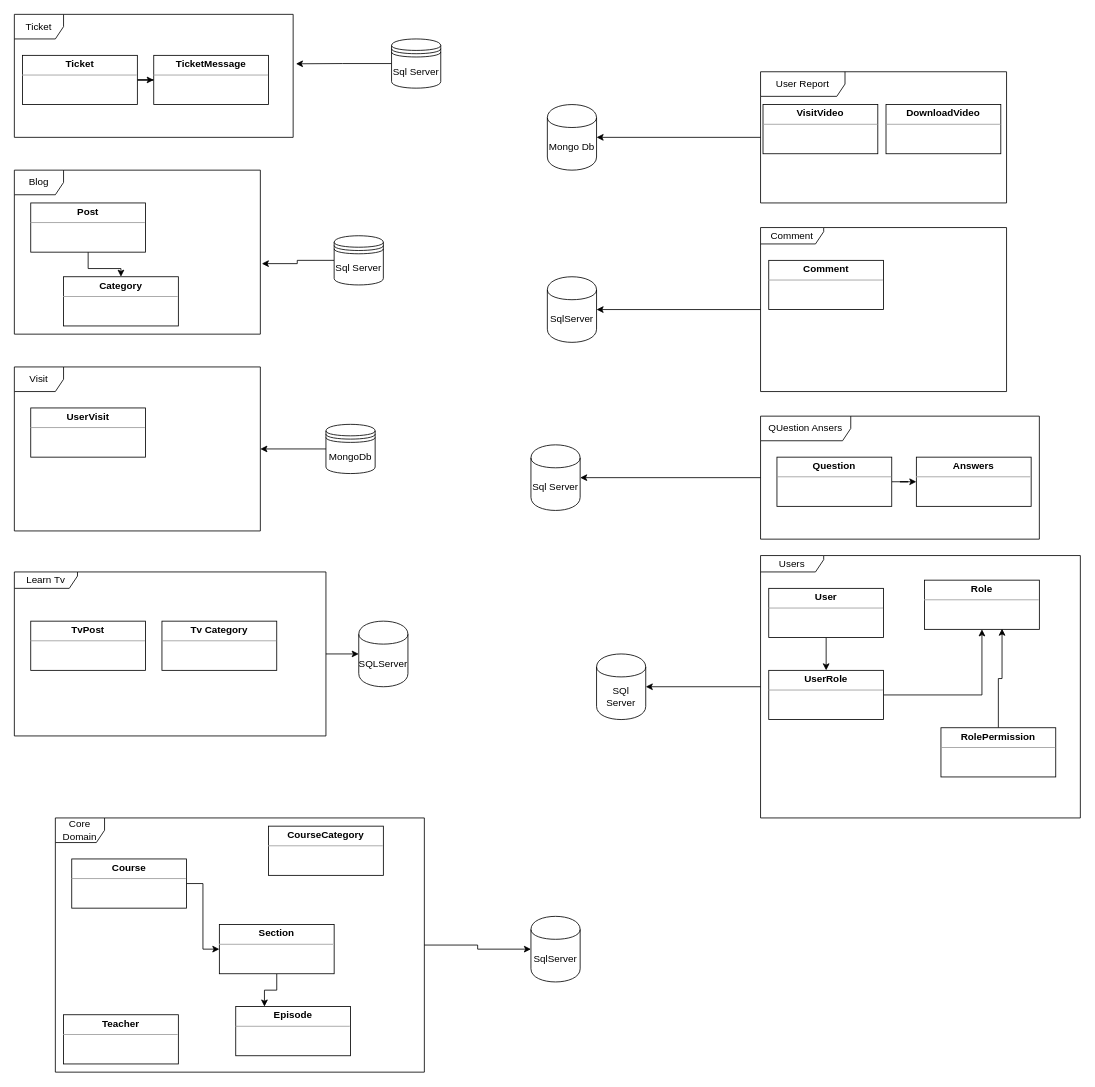
Above: docs/ClassDiagram.drawio in mohammad-ashrafi2020/DigiLearn (draw.io), before the change. Source tidied: cells renumbered, new cells numbered last; positions are measured from the earlier drawing's top-left corner, leaving out a move shared by most shapes. Both pictures are drawn from the tidied source at 82%, with x=0, y=0 at pixel (14, 14).
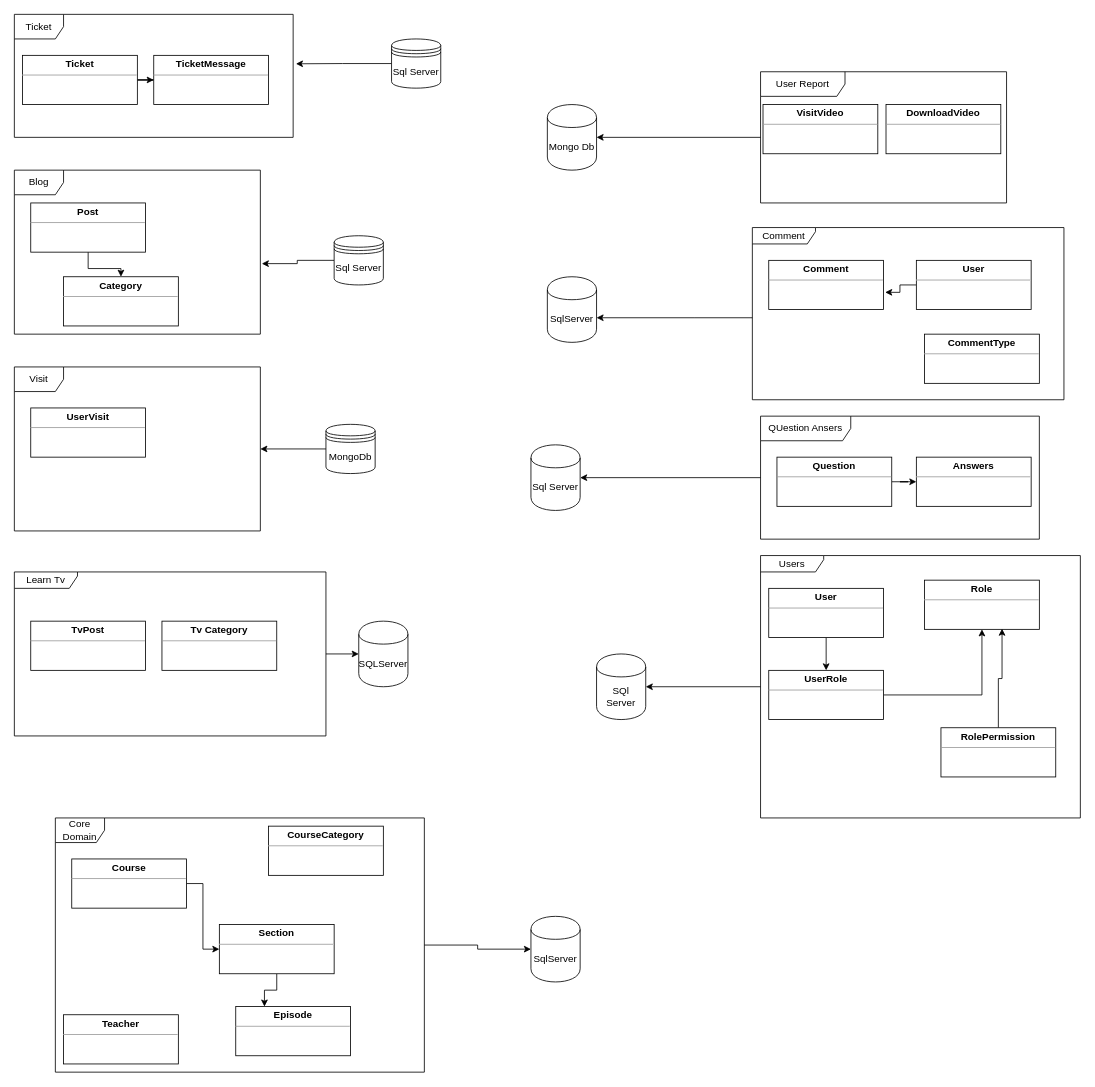
The same page after the edit.

Unchanged cells that the change refers to:
```xml
<mxCell id="27" value="SqlServer" style="shape=cylinder;whiteSpace=wrap;html=1;boundedLbl=1;backgroundOutline=1;" parent="1" vertex="1">
  <mxGeometry x="650" y="320" width="60" height="80" as="geometry" />
</mxCell>
```

The edit, as a diff of the source:
```diff
@@
     <mxCell id="24" style="edgeStyle=orthogonalEdgeStyle;rounded=0;jettySize=auto;html=1;" parent="1" edge="1" source="25" target="27">
-      <mxGeometry relative="1" as="geometry" />
+      <mxGeometry relative="1" as="geometry">
+        <Array as="points">
+          <mxPoint x="830" y="370" />
+          <mxPoint x="830" y="370" />
+        </Array>
+      </mxGeometry>
     </mxCell>
     <mxCell id="25" value="Comment" style="shape=umlFrame;whiteSpace=wrap;html=1;width=77;height=20;" parent="1" vertex="1">
-      <mxGeometry x="910" y="260" width="300" height="200" as="geometry" />
+      <mxGeometry x="900" y="260" width="380" height="210" as="geometry" />
     </mxCell>
-    <mxCell id="26" value="&lt;p style=&quot;margin: 0px ; margin-top: 4px ; text-align: center&quot;&gt;&lt;b&gt;Comment&lt;/b&gt;&lt;/p&gt;&lt;hr size=&quot;1&quot;&gt;&lt;div style=&quot;height: 2px&quot;&gt;&lt;/div&gt;" style="verticalAlign=top;align=left;overflow=fill;fontSize=12;fontFamily=Helvetica;html=1;" parent="1" vertex="1">
+    <mxCell id="26" value="&lt;p style=&quot;margin: 0px ; margin-top: 4px ; text-align: center&quot;&gt;&lt;b&gt;Comment&lt;/b&gt;&lt;/p&gt;&lt;hr size=&quot;1&quot;&gt;&lt;div style=&quot;height: 2px&quot;&gt;&lt;br&gt;&lt;/div&gt;" style="verticalAlign=top;align=left;overflow=fill;fontSize=12;fontFamily=Helvetica;html=1;" parent="1" vertex="1">
       <mxGeometry x="920" y="300" width="140" height="60" as="geometry" />
     </mxCell>
@@
+    <mxCell id="59" style="edgeStyle=orthogonalEdgeStyle;rounded=0;jettySize=auto;html=1;entryX=1.014;entryY=0.65;entryDx=0;entryDy=0;entryPerimeter=0;" parent="1" edge="1" source="60" target="26">
+      <mxGeometry relative="1" as="geometry" />
+    </mxCell>
+    <mxCell id="60" value="&lt;p style=&quot;margin: 0px ; margin-top: 4px ; text-align: center&quot;&gt;&lt;b&gt;User&lt;/b&gt;&lt;/p&gt;&lt;hr size=&quot;1&quot;&gt;&lt;div style=&quot;height: 2px&quot;&gt;&lt;br&gt;&lt;/div&gt;" style="verticalAlign=top;align=left;overflow=fill;fontSize=12;fontFamily=Helvetica;html=1;" parent="1" vertex="1">
+      <mxGeometry x="1100" y="300" width="140" height="60" as="geometry" />
+    </mxCell>
+    <mxCell id="61" value="&lt;p style=&quot;margin: 0px ; margin-top: 4px ; text-align: center&quot;&gt;&lt;b&gt;CommentType&lt;/b&gt;&lt;/p&gt;&lt;hr size=&quot;1&quot;&gt;&lt;div style=&quot;height: 2px&quot;&gt;&lt;br&gt;&lt;/div&gt;" style="verticalAlign=top;align=left;overflow=fill;fontSize=12;fontFamily=Helvetica;html=1;" parent="1" vertex="1">
+      <mxGeometry x="1110" y="390" width="140" height="60" as="geometry" />
+    </mxCell>
```
